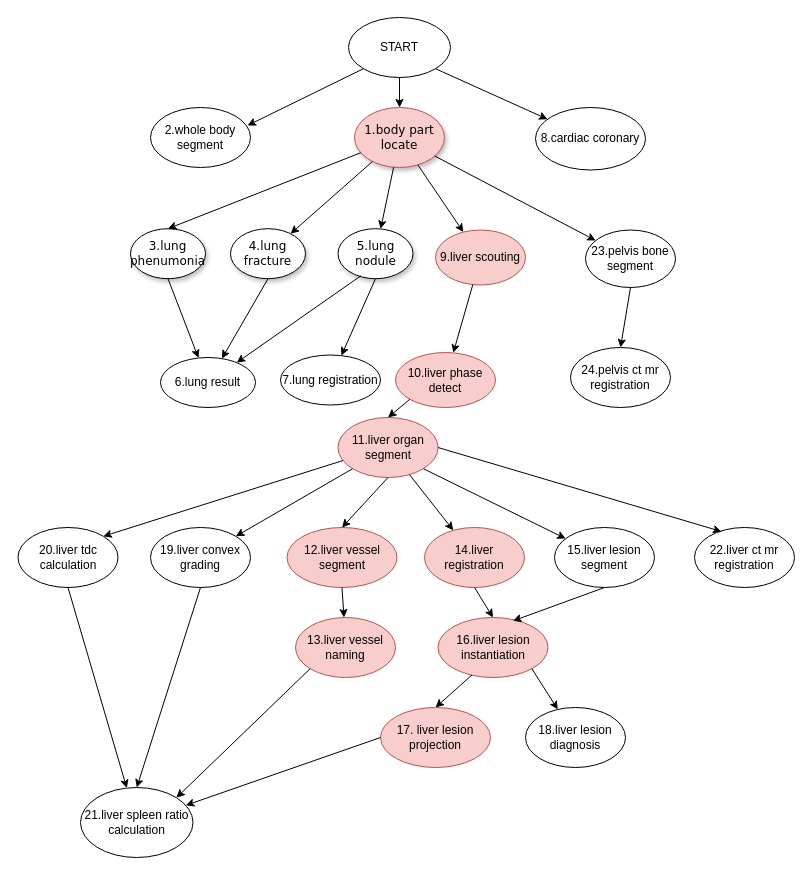
This is ai_calculation_workflow.drawio from aokoqingiz/mystorage, a draw.io file, before an edit. Source tidied: cells renumbered, new cells numbered last; positions are measured from the earlier drawing's top-left corner, leaving out a move shared by most shapes. Both pictures are drawn from the tidied source at 100%, with x=0, y=0 at pixel (18, 17).
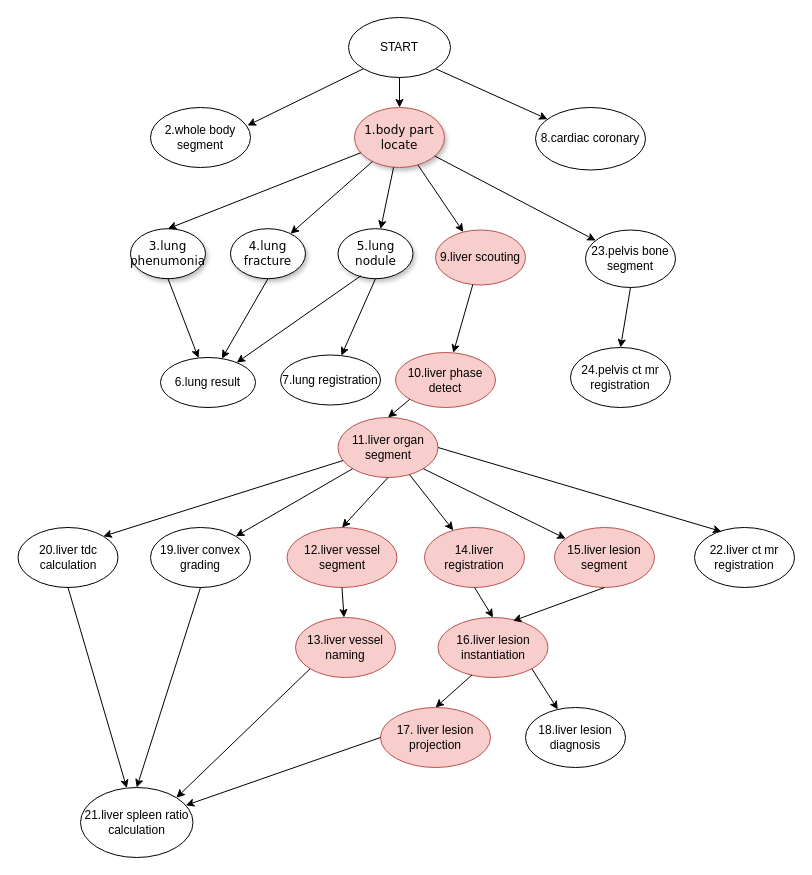
Above is the later version.

The edit, as a diff of the source:
```diff
@@
-    <mxCell id="33" value="15.liver lesion segment" style="ellipse;whiteSpace=wrap;html=1;" parent="1" vertex="1">
+    <mxCell id="33" value="15.liver lesion segment" style="ellipse;whiteSpace=wrap;html=1;fillColor=#f8cecc;strokeColor=#b85450;" parent="1" vertex="1">
       <mxGeometry x="536" y="510" width="100" height="60" as="geometry" />
     </mxCell>
```
